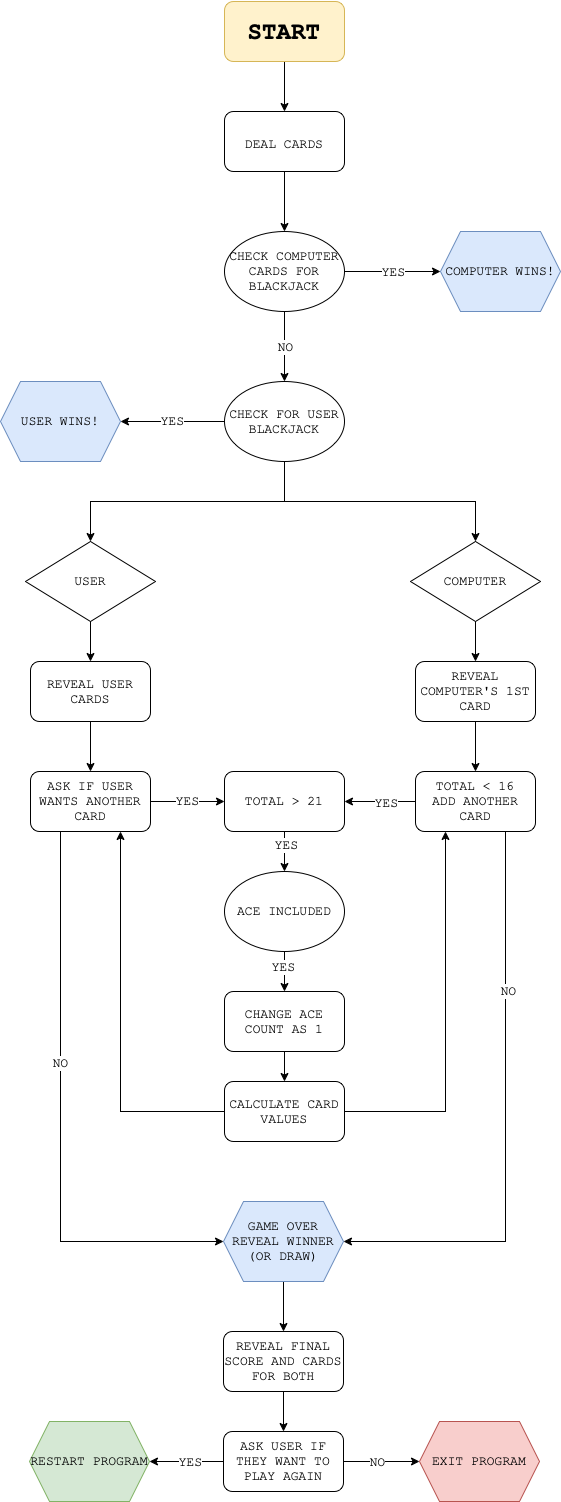
The draw.io diagram Blackjack.drawio.png in antoniaandreou/100_days_of_python, before a commit. Source tidied: cells renumbered, new cells last; positions are measured from the earlier drawing's top-left corner, leaving out a move shared by most shapes.
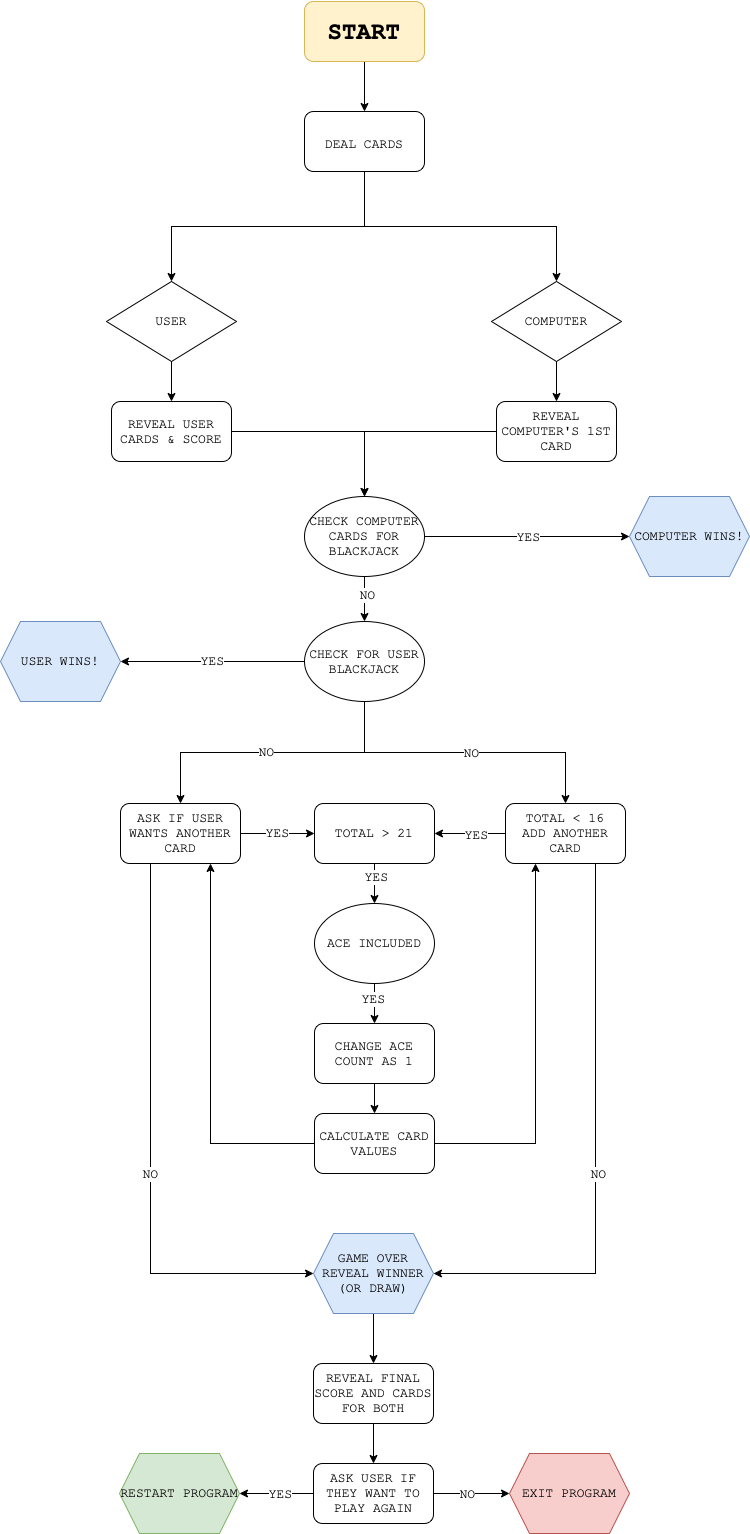
The same diagram one commit later.

What changed in the source:
```diff
@@ -6,31 +6,34 @@
       <mxGeometry relative="1" as="geometry" />
     </mxCell>
     <mxCell id="3" value="&lt;h1&gt;&lt;font face=&quot;Courier New&quot; size=&quot;1&quot;&gt;&lt;b style=&quot;font-size: 24px&quot;&gt;START&lt;/b&gt;&lt;/font&gt;&lt;/h1&gt;" style="rounded=1;whiteSpace=wrap;html=1;fillColor=#fff2cc;strokeColor=#d6b656;" parent="1" vertex="1">
-      <mxGeometry x="224" width="120" height="60" as="geometry" />
+      <mxGeometry x="214" y="-32" width="120" height="60" as="geometry" />
     </mxCell>
-    <mxCell id="4" style="edgeStyle=orthogonalEdgeStyle;rounded=0;jettySize=auto;html=1;exitX=0.5;exitY=1;exitDx=0;exitDy=0;fontFamily=Courier New;fontSize=13;" parent="1" edge="1" source="5" target="10">
-      <mxGeometry relative="1" as="geometry" />
-    </mxCell>
     <mxCell id="5" value="&lt;font style=&quot;font-size: 13px&quot;&gt;DEAL CARDS&lt;/font&gt;" style="rounded=1;whiteSpace=wrap;html=1;fontFamily=Courier New;fontSize=24;" parent="1" vertex="1">
-      <mxGeometry x="224" y="110" width="120" height="60" as="geometry" />
+      <mxGeometry x="214" y="78" width="120" height="60" as="geometry" />
     </mxCell>
-    <mxCell id="6" style="edgeStyle=orthogonalEdgeStyle;rounded=0;jettySize=auto;html=1;exitX=0.5;exitY=1;exitDx=0;exitDy=0;entryX=0.5;entryY=0;entryDx=0;entryDy=0;fontFamily=Courier New;fontSize=13;strokeColor=#000000;strokeWidth=1;" parent="1" edge="1" source="7" target="44">
-      <mxGeometry relative="1" as="geometry" />
-    </mxCell>
+    <mxCell id="56" style="edgeStyle=orthogonalEdgeStyle;rounded=0;jettySize=auto;html=1;exitX=0;exitY=0.5;exitDx=0;exitDy=0;entryX=0.5;entryY=0;entryDx=0;entryDy=0;fontFamily=Courier New;fontSize=13;strokeColor=#000000;strokeWidth=1;" parent="1" edge="1" source="7" target="10">
+      <mxGeometry relative="1" as="geometry" />
+    </mxCell>
     <mxCell id="7" value="REVEAL COMPUTER'S 1ST CARD" style="rounded=1;whiteSpace=wrap;html=1;fontFamily=Courier New;fontSize=13;" parent="1" vertex="1">
-      <mxGeometry x="415" y="660" width="120" height="60" as="geometry" />
+      <mxGeometry x="406" y="368" width="120" height="60" as="geometry" />
     </mxCell>
-    <mxCell id="8" style="edgeStyle=orthogonalEdgeStyle;rounded=0;jettySize=auto;html=1;exitX=0.5;exitY=1;exitDx=0;exitDy=0;entryX=0.5;entryY=0;entryDx=0;entryDy=0;fontFamily=Courier New;fontSize=13;strokeColor=#000000;strokeWidth=1;" parent="1" edge="1" source="9" target="32">
+    <mxCell id="8" style="edgeStyle=orthogonalEdgeStyle;rounded=0;jettySize=auto;html=1;fontFamily=Courier New;fontSize=13;strokeColor=#000000;strokeWidth=1;exitX=0.5;exitY=1;exitDx=0;exitDy=0;entryX=0.5;entryY=0;entryDx=0;entryDy=0;" parent="1" edge="1" source="10" target="17">
       <mxGeometry relative="1" as="geometry" />
     </mxCell>
+    <mxCell id="57" value="NO" style="edgeLabel;html=1;align=center;verticalAlign=middle;fontSize=13;fontFamily=Courier New;" parent="8" vertex="1">
+      <mxGeometry x="-0.2" y="2" relative="1" as="geometry" />
+    </mxCell>
+    <mxCell id="58" style="edgeStyle=orthogonalEdgeStyle;rounded=0;jettySize=auto;html=1;exitX=1;exitY=0.5;exitDx=0;exitDy=0;entryX=0.5;entryY=0;entryDx=0;entryDy=0;fontFamily=Courier New;fontSize=13;strokeColor=#000000;strokeWidth=1;" parent="1" edge="1" source="9" target="10">
+      <mxGeometry relative="1" as="geometry" />
+    </mxCell>
-    <mxCell id="9" value="REVEAL USER CARDS" style="rounded=1;whiteSpace=wrap;html=1;fontFamily=Courier New;fontSize=13;" parent="1" vertex="1">
-      <mxGeometry x="30" y="660" width="120" height="60" as="geometry" />
+    <mxCell id="9" value="REVEAL USER CARDS &amp;amp; SCORE" style="rounded=1;whiteSpace=wrap;html=1;fontFamily=Courier New;fontSize=13;" parent="1" vertex="1">
+      <mxGeometry x="21" y="368" width="120" height="60" as="geometry" />
     </mxCell>
     <mxCell id="10" value="CHECK COMPUTER CARDS FOR BLACKJACK" style="ellipse;whiteSpace=wrap;html=1;fontFamily=Courier New;fontSize=13;" parent="1" vertex="1">
-      <mxGeometry x="224" y="230" width="120" height="80" as="geometry" />
+      <mxGeometry x="214" y="463" width="120" height="80" as="geometry" />
     </mxCell>
     <mxCell id="11" value="COMPUTER WINS!" style="shape=hexagon;perimeter=hexagonPerimeter2;whiteSpace=wrap;html=1;fixedSize=1;fontFamily=Courier New;fontSize=13;fillColor=#dae8fc;strokeColor=#6c8ebf;" parent="1" vertex="1">
-      <mxGeometry x="440" y="230" width="120" height="80" as="geometry" />
+      <mxGeometry x="539" y="463" width="120" height="80" as="geometry" />
     </mxCell>
     <mxCell id="12" style="endArrow=classic;html=1;rounded=0;fontFamily=Courier New;fontSize=13;exitX=1;exitY=0.5;exitDx=0;exitDy=0;entryX=0;entryY=0.5;entryDx=0;entryDy=0;" parent="1" edge="1" source="10" target="11">
       <mxGeometry relative="1" as="geometry" />
@@ -41,23 +44,29 @@
     <mxCell id="14" value="YES" style="edgeStyle=orthogonalEdgeStyle;rounded=0;jettySize=auto;html=1;exitX=0;exitY=0.5;exitDx=0;exitDy=0;entryX=1;entryY=0.5;entryDx=0;entryDy=0;fontFamily=Courier New;fontSize=13;" parent="1" edge="1" source="17" target="20">
       <mxGeometry relative="1" as="geometry" />
     </mxCell>
-    <mxCell id="15" style="edgeStyle=orthogonalEdgeStyle;rounded=0;jettySize=auto;html=1;exitX=0.5;exitY=1;exitDx=0;exitDy=0;entryX=0.5;entryY=0;entryDx=0;entryDy=0;fontFamily=Courier New;fontSize=13;strokeColor=#000000;strokeWidth=1;" parent="1" edge="1" source="17" target="34">
+    <mxCell id="15" style="edgeStyle=orthogonalEdgeStyle;rounded=0;jettySize=auto;html=1;entryX=0.5;entryY=0;entryDx=0;entryDy=0;fontFamily=Courier New;fontSize=13;strokeColor=#000000;strokeWidth=1;exitX=0.5;exitY=1;exitDx=0;exitDy=0;" parent="1" edge="1" source="5" target="34">
       <mxGeometry relative="1" as="geometry" />
     </mxCell>
-    <mxCell id="16" style="edgeStyle=orthogonalEdgeStyle;rounded=0;jettySize=auto;html=1;exitX=0.5;exitY=1;exitDx=0;exitDy=0;entryX=0.5;entryY=0;entryDx=0;entryDy=0;fontFamily=Courier New;fontSize=13;strokeColor=#000000;strokeWidth=1;" parent="1" edge="1" source="17" target="36">
+    <mxCell id="16" style="edgeStyle=orthogonalEdgeStyle;rounded=0;jettySize=auto;html=1;entryX=0.5;entryY=0;entryDx=0;entryDy=0;fontFamily=Courier New;fontSize=13;strokeColor=#000000;strokeWidth=1;exitX=0.5;exitY=1;exitDx=0;exitDy=0;" parent="1" edge="1" source="5" target="36">
       <mxGeometry relative="1" as="geometry" />
     </mxCell>
+    <mxCell id="59" style="edgeStyle=orthogonalEdgeStyle;rounded=0;jettySize=auto;html=1;exitX=0.5;exitY=1;exitDx=0;exitDy=0;fontFamily=Courier New;fontSize=13;strokeColor=#000000;strokeWidth=1;" parent="1" edge="1" source="17" target="44">
+      <mxGeometry relative="1" as="geometry" />
+    </mxCell>
+    <mxCell id="60" value="NO" style="edgeLabel;html=1;align=center;verticalAlign=middle;fontSize=13;fontFamily=Courier New;" parent="59" vertex="1">
+      <mxGeometry x="0.04" relative="1" as="geometry" />
+    </mxCell>
+    <mxCell id="61" style="edgeStyle=orthogonalEdgeStyle;rounded=0;jettySize=auto;html=1;exitX=0.5;exitY=1;exitDx=0;exitDy=0;fontFamily=Courier New;fontSize=13;strokeColor=#000000;strokeWidth=1;" parent="1" edge="1" source="17" target="32">
+      <mxGeometry relative="1" as="geometry" />
+    </mxCell>
+    <mxCell id="62" value="NO" style="edgeLabel;html=1;align=center;verticalAlign=middle;fontSize=13;fontFamily=Courier New;" parent="61" vertex="1">
+      <mxGeometry x="0.05" y="-1" relative="1" as="geometry" />
+    </mxCell>
     <mxCell id="17" value="CHECK FOR USER BLACKJACK" style="ellipse;whiteSpace=wrap;html=1;fontFamily=Courier New;fontSize=13;" parent="1" vertex="1">
-      <mxGeometry x="224" y="380" width="120" height="80" as="geometry" />
+      <mxGeometry x="214" y="588" width="120" height="80" as="geometry" />
     </mxCell>
-    <mxCell id="18" style="endArrow=classic;html=1;rounded=0;fontFamily=Courier New;fontSize=13;exitX=0.5;exitY=1;exitDx=0;exitDy=0;entryX=0.5;entryY=0;entryDx=0;entryDy=0;" parent="1" edge="1" source="10" target="17">
-      <mxGeometry relative="1" as="geometry" />
-    </mxCell>
-    <mxCell id="19" value="NO" style="edgeLabel;html=1;align=center;verticalAlign=middle;fontFamily=Courier New;fontSize=13;" parent="18" vertex="1">
-      <mxGeometry relative="1" as="geometry" />
-    </mxCell>
     <mxCell id="20" value="USER WINS!" style="shape=hexagon;perimeter=hexagonPerimeter2;whiteSpace=wrap;html=1;fixedSize=1;fontFamily=Courier New;fontSize=13;fillColor=#dae8fc;strokeColor=#6c8ebf;" parent="1" vertex="1">
-      <mxGeometry y="380" width="120" height="80" as="geometry" />
+      <mxGeometry x="-90" y="588" width="120" height="80" as="geometry" />
     </mxCell>
     <mxCell id="21" style="edgeStyle=orthogonalEdgeStyle;rounded=0;jettySize=auto;html=1;exitX=0;exitY=0.5;exitDx=0;exitDy=0;fontFamily=Courier New;fontSize=13;strokeColor=#000000;strokeWidth=1;entryX=0.75;entryY=1;entryDx=0;entryDy=0;" parent="1" edge="1" source="23" target="32">
       <mxGeometry relative="1" as="geometry" />
@@ -90,7 +99,9 @@
       <mxGeometry relative="1" as="geometry" />
     </mxCell>
     <mxCell id="31" value="NO" style="edgeLabel;html=1;align=center;verticalAlign=middle;fontSize=13;fontFamily=Courier New;" parent="30" vertex="1">
-      <mxGeometry x="-0.19" y="-1" relative="1" as="geometry" />
+      <mxGeometry x="-0.19" y="-1" relative="1" as="geometry">
+        <mxPoint y="79" as="offset" />
+      </mxGeometry>
     </mxCell>
     <mxCell id="32" value="ASK IF USER WANTS ANOTHER CARD" style="rounded=1;whiteSpace=wrap;html=1;fontFamily=Courier New;fontSize=13;" parent="1" vertex="1">
       <mxGeometry x="30" y="770" width="120" height="60" as="geometry" />
@@ -99,13 +110,13 @@
       <mxGeometry relative="1" as="geometry" />
     </mxCell>
     <mxCell id="34" value="USER" style="rhombus;whiteSpace=wrap;html=1;fontFamily=Courier New;fontSize=13;" parent="1" vertex="1">
-      <mxGeometry x="25" y="540" width="130" height="80" as="geometry" />
+      <mxGeometry x="16" y="248" width="130" height="80" as="geometry" />
     </mxCell>
     <mxCell id="35" style="edgeStyle=orthogonalEdgeStyle;rounded=0;jettySize=auto;html=1;exitX=0.5;exitY=1;exitDx=0;exitDy=0;entryX=0.5;entryY=0;entryDx=0;entryDy=0;fontFamily=Courier New;fontSize=13;strokeColor=#000000;strokeWidth=1;" parent="1" edge="1" source="36" target="7">
       <mxGeometry relative="1" as="geometry" />
     </mxCell>
     <mxCell id="36" value="COMPUTER" style="rhombus;whiteSpace=wrap;html=1;fontFamily=Courier New;fontSize=13;" parent="1" vertex="1">
-      <mxGeometry x="410" y="540" width="130" height="80" as="geometry" />
+      <mxGeometry x="401" y="248" width="130" height="80" as="geometry" />
     </mxCell>
     <mxCell id="37" style="edgeStyle=orthogonalEdgeStyle;rounded=0;jettySize=auto;html=1;fontFamily=Courier New;fontSize=13;strokeColor=#000000;strokeWidth=1;" parent="1" edge="1" source="39" target="26">
       <mxGeometry relative="1" as="geometry" />
@@ -126,7 +137,9 @@
       <mxGeometry relative="1" as="geometry" />
     </mxCell>
     <mxCell id="43" value="NO" style="edgeLabel;html=1;align=center;verticalAlign=middle;fontSize=13;fontFamily=Courier New;" parent="42" vertex="1">
-      <mxGeometry x="-0.44" y="2" relative="1" as="geometry" />
+      <mxGeometry x="-0.44" y="2" relative="1" as="geometry">
+        <mxPoint y="151" as="offset" />
+      </mxGeometry>
     </mxCell>
     <mxCell id="44" value="TOTAL &amp;lt; 16&lt;br&gt;ADD ANOTHER CARD" style="rounded=1;whiteSpace=wrap;html=1;fontFamily=Courier New;fontSize=13;" parent="1" vertex="1">
       <mxGeometry x="415" y="770" width="120" height="60" as="geometry" />
```
